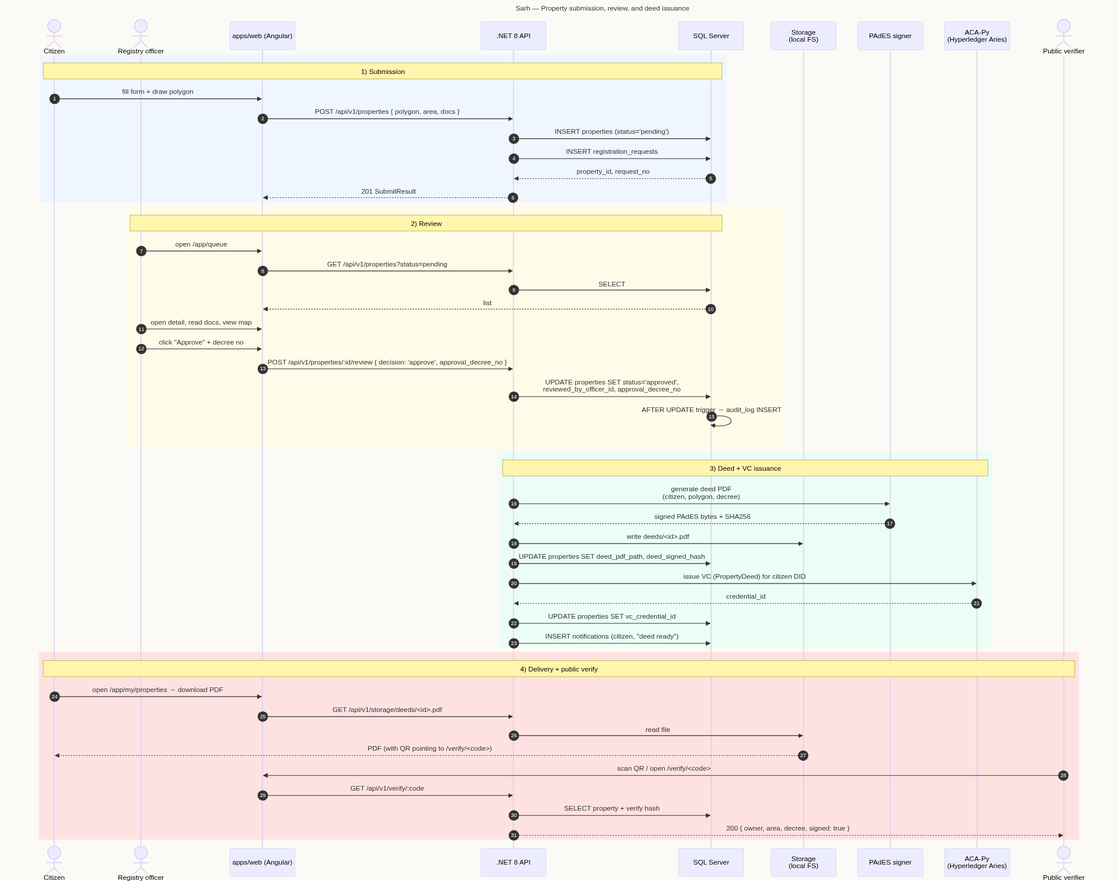
The Mermaid diagram docs/diagrams/sequence-property-approval.png in AliBelaid/Sarh, before a commit. Its source is kept beside it as docs/diagrams/sequence-property-approval.mmd.
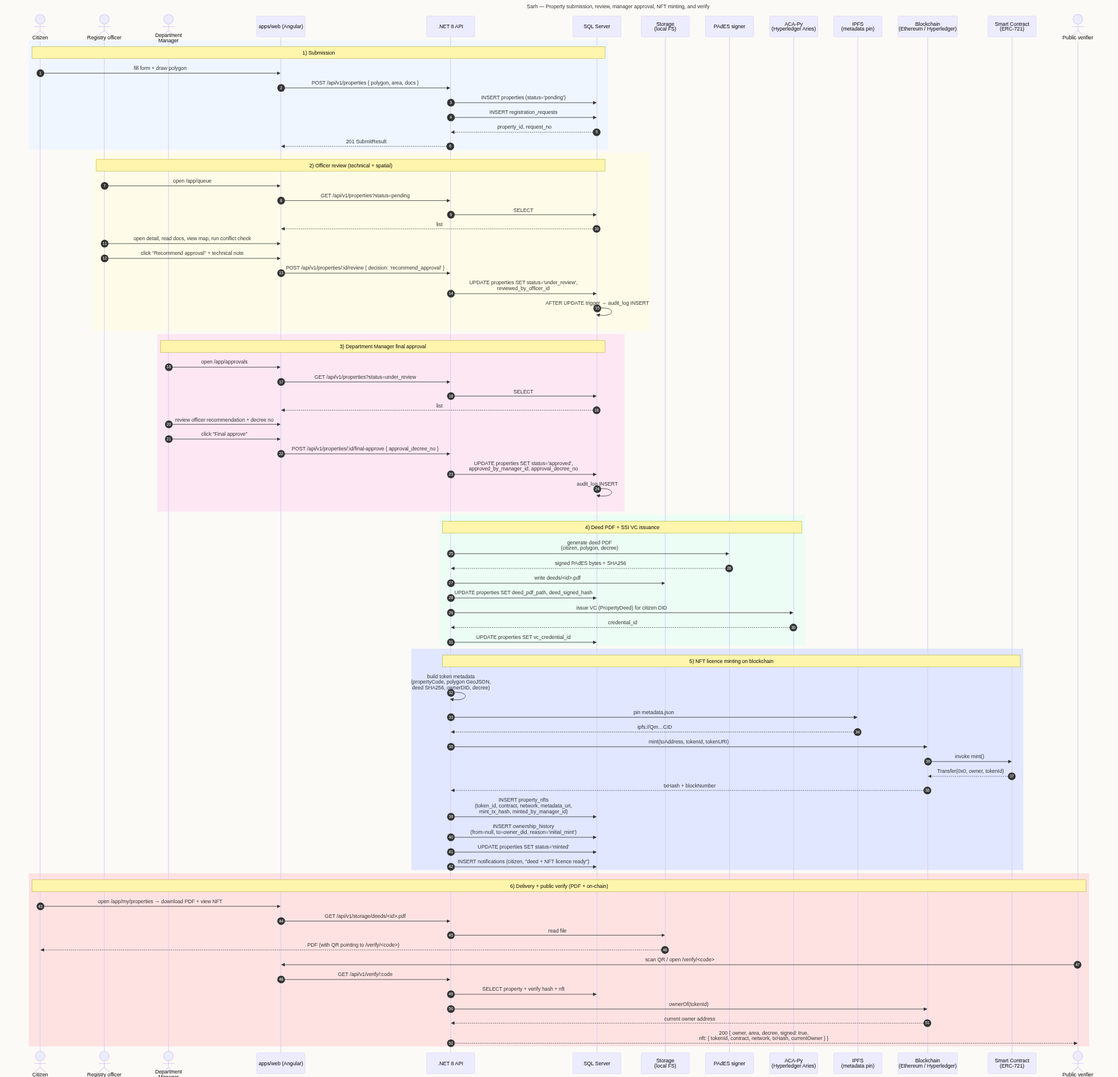
After the commit.

The edit, as a diff of the source:
```diff
@@ -1,16 +1,20 @@
 ---
-title: Sarh — Property submission, review, and deed issuance
+title: Sarh — Property submission, review, manager approval, NFT minting, and verify
 ---
 sequenceDiagram
     autonumber
     actor C as Citizen
     actor O as Registry officer
+    actor M as Department<br/>Manager
     participant W as apps/web (Angular)
     participant API as .NET 8 API
     participant DB as SQL Server
     participant FS as Storage<br/>(local FS)
     participant PDF as PAdES signer
     participant SSI as ACA-Py<br/>(Hyperledger Aries)
+    participant IPFS as IPFS<br/>(metadata pin)
+    participant BC as Blockchain<br/>(Ethereum / Hyperledger)
+    participant SC as Smart Contract<br/>(ERC-721)
     actor V as Public verifier
 
     rect rgb(239, 246, 255)
@@ -24,20 +28,33 @@
     end
 
     rect rgb(254, 252, 232)
-    Note over O,DB: 2) Review
+    Note over O,DB: 2) Officer review (technical + spatial)
     O->>W: open /app/queue
     W->>API: GET /api/v1/properties?status=pending
     API->>DB: SELECT
     DB-->>W: list
-    O->>W: open detail, read docs, view map
-    O->>W: click "Approve" + decree no
-    W->>API: POST /api/v1/properties/:id/review { decision: 'approve', approval_decree_no }
-    API->>DB: UPDATE properties SET status='approved',<br/>reviewed_by_officer_id, approval_decree_no
+    O->>W: open detail, read docs, view map, run conflict check
+    O->>W: click "Recommend approval" + technical note
+    W->>API: POST /api/v1/properties/:id/review { decision: 'recommend_approval' }
+    API->>DB: UPDATE properties SET status='under_review',<br/>reviewed_by_officer_id
     DB->>DB: AFTER UPDATE trigger → audit_log INSERT
     end
 
+    rect rgb(252, 231, 243)
+    Note over M,DB: 3) Department Manager final approval
+    M->>W: open /app/approvals
+    W->>API: GET /api/v1/properties?status=under_review
+    API->>DB: SELECT
+    DB-->>W: list
+    M->>W: review officer recommendation + decree no
+    M->>W: click "Final approve"
+    W->>API: POST /api/v1/properties/:id/final-approve { approval_decree_no }
+    API->>DB: UPDATE properties SET status='approved',<br/>approved_by_manager_id, approval_decree_no
+    DB->>DB: audit_log INSERT
+    end
+
     rect rgb(236, 253, 245)
-    Note over API,SSI: 3) Deed + VC issuance
+    Note over API,SSI: 4) Deed PDF + SSI VC issuance
     API->>PDF: generate deed PDF<br/>(citizen, polygon, decree)
     PDF-->>API: signed PAdES bytes + SHA256
     API->>FS: write deeds/<id>.pdf
@@ -45,18 +62,34 @@
     API->>SSI: issue VC (PropertyDeed) for citizen DID
     SSI-->>API: credential_id
     API->>DB: UPDATE properties SET vc_credential_id
-    API->>DB: INSERT notifications (citizen, "deed ready")
+    end
+
+    rect rgb(224, 231, 255)
+    Note over API,SC: 5) NFT licence minting on blockchain
+    API->>API: build token metadata<br/>(propertyCode, polygon GeoJSON,<br/>deed SHA256, ownerDID, decree)
+    API->>IPFS: pin metadata.json
+    IPFS-->>API: ipfs://Qm…CID
+    API->>BC: mint(toAddress, tokenId, tokenURI)
+    BC->>SC: invoke mint()
+    SC-->>BC: Transfer(0x0, owner, tokenId)
+    BC-->>API: txHash + blockNumber
+    API->>DB: INSERT property_nfts<br/>(token_id, contract, network, metadata_uri,<br/>mint_tx_hash, minted_by_manager_id)
+    API->>DB: INSERT ownership_history<br/>(from=null, to=owner_did, reason='initial_mint')
+    API->>DB: UPDATE properties SET status='minted'
+    API->>DB: INSERT notifications (citizen, "deed + NFT licence ready")
     end
 
     rect rgb(254, 226, 226)
-    Note over C,V: 4) Delivery + public verify
-    C->>W: open /app/my/properties → download PDF
+    Note over C,V: 6) Delivery + public verify (PDF + on-chain)
+    C->>W: open /app/my/properties → download PDF + view NFT
     W->>API: GET /api/v1/storage/deeds/<id>.pdf
     API->>FS: read file
     FS-->>C: PDF (with QR pointing to /verify/<code>)
 
     V->>W: scan QR / open /verify/<code>
     W->>API: GET /api/v1/verify/:code
-    API->>DB: SELECT property + verify hash
-    API-->>V: 200 { owner, area, decree, signed: true }
+    API->>DB: SELECT property + verify hash + nft
+    API->>BC: ownerOf(tokenId)
+    BC-->>API: current owner address
+    API-->>V: 200 { owner, area, decree, signed: true,<br/>nft: { tokenId, contract, network, txHash, currentOwner } }
     end
```
